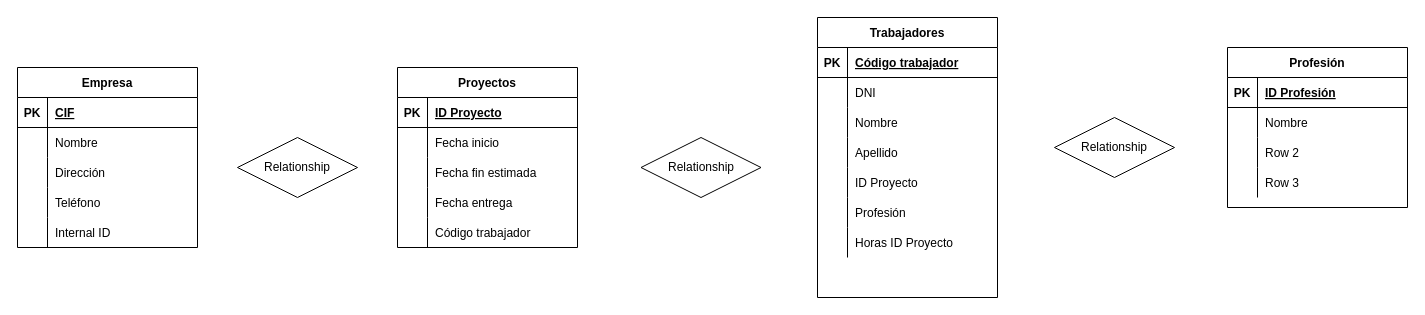
Before: page "Reto 12" (2 of 3) of 5.drawio in AdryDevs/fsd-17-10-2022, a draw.io diagram. Source tidied: cells renumbered, new cells numbered last; positions are measured from the earlier drawing's top-left corner, leaving out a move shared by most shapes. Both pictures are drawn from the tidied source at 100%, with x=0, y=0 at pixel (17, 17).
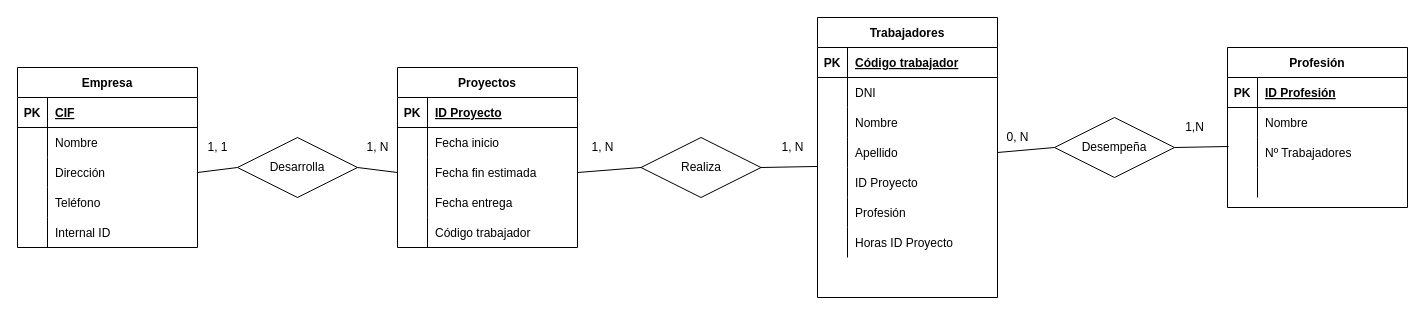
The same page after the edit.

Unchanged cells that the change refers to:
```xml
<mxCell id="9" style="shape=tableRow;horizontal=0;startSize=0;swimlaneHead=0;swimlaneBody=0;fillColor=none;points=[[0,0.5],[1,0.5]];portConstraint=eastwest;top=0;left=0;right=0;bottom=0;" parent="2" vertex="1">
  <mxGeometry y="90" width="180" height="30" as="geometry" />
</mxCell>
<mxCell id="25" style="shape=tableRow;horizontal=0;startSize=0;swimlaneHead=0;swimlaneBody=0;fillColor=none;points=[[0,0.5],[1,0.5]];portConstraint=eastwest;top=0;left=0;right=0;bottom=0;" parent="18" vertex="1">
  <mxGeometry y="90" width="180" height="30" as="geometry" />
</mxCell>
<mxCell id="44" style="shape=tableRow;horizontal=0;startSize=0;swimlaneHead=0;swimlaneBody=0;fillColor=none;points=[[0,0.5],[1,0.5]];portConstraint=eastwest;top=0;left=0;right=0;bottom=0;" parent="34" vertex="1">
  <mxGeometry y="120" width="180" height="30" as="geometry" />
</mxCell>
<mxCell id="47" style="shape=tableRow;horizontal=0;startSize=0;swimlaneHead=0;swimlaneBody=0;fillColor=none;points=[[0,0.5],[1,0.5]];portConstraint=eastwest;top=0;left=0;right=0;bottom=0;" parent="34" vertex="1">
  <mxGeometry y="150" width="180" height="30" as="geometry" />
</mxCell>
<mxCell id="63" style="shape=tableRow;horizontal=0;startSize=0;swimlaneHead=0;swimlaneBody=0;fillColor=none;points=[[0,0.5],[1,0.5]];portConstraint=eastwest;top=0;left=0;right=0;bottom=0;" parent="56" vertex="1">
  <mxGeometry y="90" width="180" height="30" as="geometry" />
</mxCell>
<mxCell id="66" style="shape=tableRow;horizontal=0;startSize=0;swimlaneHead=0;swimlaneBody=0;fillColor=none;top=0;left=0;right=0;bottom=0;" parent="56" vertex="1">
  <mxGeometry y="120" width="180" height="30" as="geometry" />
</mxCell>
```

What changed in the source:
```diff
@@
-    <mxCell id="65" value="Row 2" style="shape=partialRectangle;fillColor=none;top=0;left=0;bottom=0;right=0;align=left;spacingLeft=6;overflow=hidden;" parent="63" vertex="1">
+    <mxCell id="65" value="Nº Trabajadores" style="shape=partialRectangle;fillColor=none;top=0;left=0;bottom=0;right=0;align=left;spacingLeft=6;overflow=hidden;" parent="63" vertex="1">
       <mxGeometry x="30" width="150" height="30" as="geometry" />
     </mxCell>
@@
-    <mxCell id="68" value="Row 3" style="shape=partialRectangle;fillColor=none;top=0;left=0;bottom=0;right=0;align=left;spacingLeft=6;overflow=hidden;" parent="66" vertex="1">
+    <mxCell id="68" style="shape=partialRectangle;fillColor=none;top=0;left=0;bottom=0;right=0;align=left;spacingLeft=6;overflow=hidden;" parent="66" vertex="1">
       <mxGeometry x="30" width="150" height="30" as="geometry" />
     </mxCell>
-    <mxCell id="69" value="Relationship" style="shape=rhombus;perimeter=rhombusPerimeter;whiteSpace=wrap;html=1;align=center;" parent="1" vertex="1">
+    <mxCell id="69" value="Desempeña" style="shape=rhombus;perimeter=rhombusPerimeter;whiteSpace=wrap;html=1;align=center;" parent="1" vertex="1">
       <mxGeometry x="1037" y="100" width="120" height="60" as="geometry" />
     </mxCell>
-    <mxCell id="70" value="Relationship" style="shape=rhombus;perimeter=rhombusPerimeter;whiteSpace=wrap;html=1;align=center;" parent="1" vertex="1">
+    <mxCell id="70" value="Realiza" style="shape=rhombus;perimeter=rhombusPerimeter;whiteSpace=wrap;html=1;align=center;" parent="1" vertex="1">
       <mxGeometry x="623.5" y="120" width="120" height="60" as="geometry" />
     </mxCell>
-    <mxCell id="71" value="Relationship" style="shape=rhombus;perimeter=rhombusPerimeter;whiteSpace=wrap;html=1;align=center;" parent="1" vertex="1">
+    <mxCell id="71" value="Desarrolla" style="shape=rhombus;perimeter=rhombusPerimeter;whiteSpace=wrap;html=1;align=center;" parent="1" vertex="1">
       <mxGeometry x="220" y="120" width="120" height="60" as="geometry" />
     </mxCell>
+    <mxCell id="72" style="endArrow=none;html=1;rounded=0;exitX=1;exitY=0.5;exitDx=0;exitDy=0;entryX=0;entryY=0.5;entryDx=0;entryDy=0;" parent="1" edge="1" source="9" target="71">
+      <mxGeometry relative="1" as="geometry" />
+    </mxCell>
+    <mxCell id="73" style="endArrow=none;html=1;rounded=0;exitX=1;exitY=0.5;exitDx=0;exitDy=0;entryX=0;entryY=0.5;entryDx=0;entryDy=0;" parent="1" edge="1" source="71" target="25">
+      <mxGeometry relative="1" as="geometry" />
+    </mxCell>
+    <mxCell id="74" style="endArrow=none;html=1;rounded=0;exitX=1;exitY=0.5;exitDx=0;exitDy=0;entryX=0;entryY=0.5;entryDx=0;entryDy=0;" parent="1" edge="1" source="25" target="70">
+      <mxGeometry relative="1" as="geometry" />
+    </mxCell>
+    <mxCell id="75" style="endArrow=none;html=1;rounded=0;exitX=1;exitY=0.5;exitDx=0;exitDy=0;entryX=0.002;entryY=-0.035;entryDx=0;entryDy=0;entryPerimeter=0;" parent="1" edge="1" source="70" target="47">
+      <mxGeometry relative="1" as="geometry" />
+    </mxCell>
+    <mxCell id="76" style="endArrow=none;html=1;rounded=0;exitX=1;exitY=0.5;exitDx=0;exitDy=0;entryX=0;entryY=0.5;entryDx=0;entryDy=0;" parent="1" edge="1" source="44" target="69">
+      <mxGeometry relative="1" as="geometry" />
+    </mxCell>
+    <mxCell id="77" style="endArrow=none;html=1;rounded=0;exitX=1;exitY=0.5;exitDx=0;exitDy=0;entryX=0.006;entryY=0.3;entryDx=0;entryDy=0;entryPerimeter=0;" parent="1" edge="1" source="69" target="63">
+      <mxGeometry relative="1" as="geometry" />
+    </mxCell>
+    <mxCell id="78" value="1, 1" style="text;html=1;align=center;verticalAlign=middle;strokeColor=none;fillColor=none;" parent="1" vertex="1">
+      <mxGeometry x="180" y="115" width="40" height="30" as="geometry" />
+    </mxCell>
+    <mxCell id="79" value="1, N" style="text;html=1;align=center;verticalAlign=middle;strokeColor=none;fillColor=none;" parent="1" vertex="1">
+      <mxGeometry x="335" y="115" width="50" height="30" as="geometry" />
+    </mxCell>
+    <mxCell id="80" value="1, N" style="text;html=1;align=center;verticalAlign=middle;strokeColor=none;fillColor=none;" parent="1" vertex="1">
+      <mxGeometry x="560" y="115" width="50" height="30" as="geometry" />
+    </mxCell>
+    <mxCell id="81" value="1, N" style="text;html=1;align=center;verticalAlign=middle;strokeColor=none;fillColor=none;" parent="1" vertex="1">
+      <mxGeometry x="750" y="115" width="50" height="30" as="geometry" />
+    </mxCell>
+    <mxCell id="82" value="0, N" style="text;html=1;align=center;verticalAlign=middle;strokeColor=none;fillColor=none;" parent="1" vertex="1">
+      <mxGeometry x="975" y="105" width="50" height="30" as="geometry" />
+    </mxCell>
+    <mxCell id="83" value="1,N" style="text;html=1;align=center;verticalAlign=middle;strokeColor=none;fillColor=none;" parent="1" vertex="1">
+      <mxGeometry x="1157" y="95" width="40" height="30" as="geometry" />
+    </mxCell>
```
